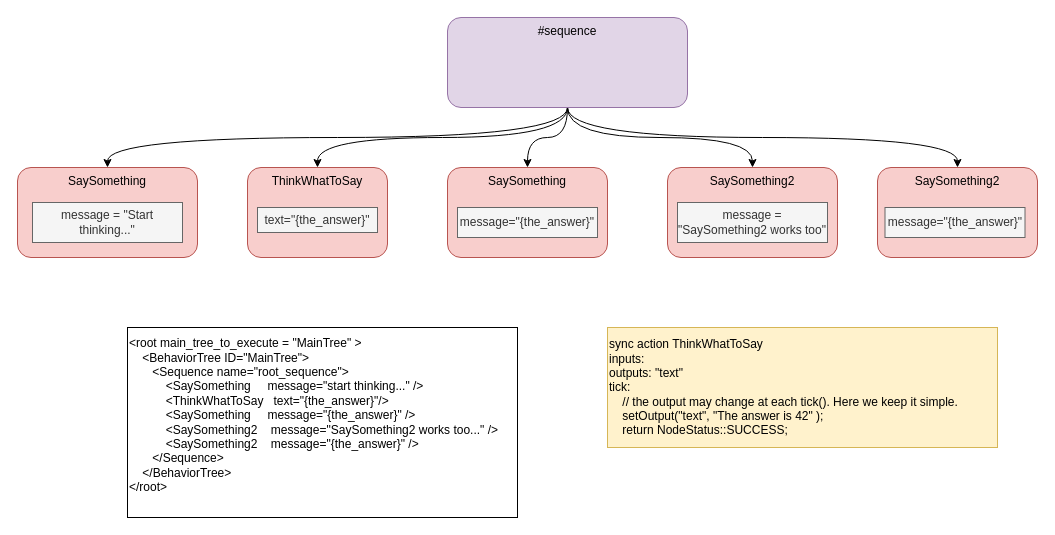
Above: tree.drawio in guitarvydas/behavior_tree_to_cpp (draw.io), before the change. Source tidied: cells renumbered, new cells numbered last; positions are measured from the earlier drawing's top-left corner, leaving out a move shared by most shapes. Both pictures are drawn from the tidied source at 100%, with x=0, y=0 at pixel (17, 17).
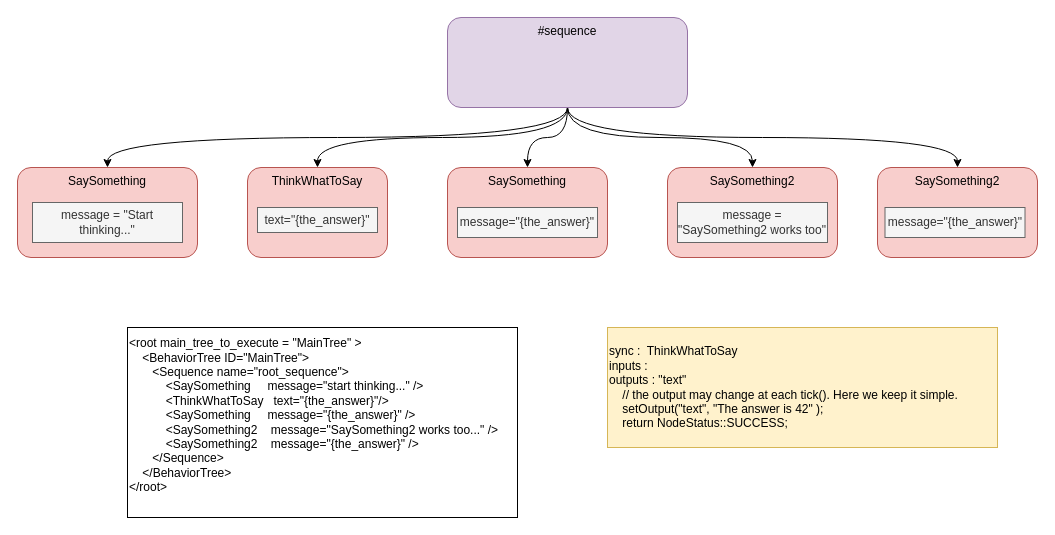
After the change.

What changed in the source:
```diff
@@
 <mxGraphModel>
   <root>
     <mxCell id="0" />
     <mxCell id="1" parent="0" />
     <mxCell id="2" style="edgeStyle=orthogonalEdgeStyle;jettySize=auto;html=1;exitX=0.5;exitY=1;exitDx=0;exitDy=0;verticalAlign=top;curved=1;" parent="1" edge="1" source="7" target="8">
       <mxGeometry relative="1" as="geometry" />
     </mxCell>
     <mxCell id="3" style="edgeStyle=orthogonalEdgeStyle;jettySize=auto;html=1;exitX=0.5;exitY=1;exitDx=0;exitDy=0;curved=1;verticalAlign=top;" parent="1" edge="1" source="7" target="11">
       <mxGeometry relative="1" as="geometry" />
     </mxCell>
     <mxCell id="4" style="edgeStyle=orthogonalEdgeStyle;curved=1;jettySize=auto;html=1;exitX=0.5;exitY=1;exitDx=0;exitDy=0;entryX=0.5;entryY=0;entryDx=0;entryDy=0;verticalAlign=top;" parent="1" edge="1" source="7" target="12">
       <mxGeometry relative="1" as="geometry" />
     </mxCell>
     <mxCell id="5" style="edgeStyle=orthogonalEdgeStyle;curved=1;jettySize=auto;html=1;exitX=0.5;exitY=1;exitDx=0;exitDy=0;entryX=0.5;entryY=0;entryDx=0;entryDy=0;verticalAlign=top;" parent="1" edge="1" source="7" target="9">
       <mxGeometry relative="1" as="geometry" />
     </mxCell>
     <mxCell id="6" style="edgeStyle=orthogonalEdgeStyle;curved=1;jettySize=auto;html=1;exitX=0.5;exitY=1;exitDx=0;exitDy=0;entryX=0.5;entryY=0;entryDx=0;entryDy=0;verticalAlign=top;" parent="1" edge="1" source="7" target="10">
       <mxGeometry relative="1" as="geometry" />
     </mxCell>
     <mxCell id="7" value="#sequence" style="rounded=1;whiteSpace=wrap;html=1;verticalAlign=top;fillColor=#e1d5e7;strokeColor=#9673a6;" parent="1" vertex="1">
       <mxGeometry x="430" width="240" height="90" as="geometry" />
     </mxCell>
     <mxCell id="8" value="SaySomething" style="rounded=1;whiteSpace=wrap;html=1;verticalAlign=top;fillColor=#f8cecc;strokeColor=#b85450;" parent="1" vertex="1">
       <mxGeometry x="430" y="150" width="160" height="90" as="geometry" />
     </mxCell>
     <mxCell id="9" value="SaySomething2" style="rounded=1;whiteSpace=wrap;html=1;verticalAlign=top;fillColor=#f8cecc;strokeColor=#b85450;" parent="1" vertex="1">
       <mxGeometry x="650" y="150" width="170" height="90" as="geometry" />
     </mxCell>
     <mxCell id="10" value="SaySomething2" style="rounded=1;whiteSpace=wrap;html=1;verticalAlign=top;fillColor=#f8cecc;strokeColor=#b85450;" parent="1" vertex="1">
       <mxGeometry x="860" y="150" width="160" height="90" as="geometry" />
     </mxCell>
     <mxCell id="11" value="ThinkWhatToSay" style="rounded=1;whiteSpace=wrap;html=1;verticalAlign=top;fillColor=#f8cecc;strokeColor=#b85450;" parent="1" vertex="1">
       <mxGeometry x="230" y="150" width="140" height="90" as="geometry" />
     </mxCell>
     <mxCell id="12" value="SaySomething" style="rounded=1;whiteSpace=wrap;html=1;verticalAlign=top;fillColor=#f8cecc;strokeColor=#b85450;" parent="1" vertex="1">
       <mxGeometry y="150" width="180" height="90" as="geometry" />
     </mxCell>
     <mxCell id="13" value="message = &quot;SaySomething2 works too&quot;" style="rounded=0;whiteSpace=wrap;html=1;fillColor=#f5f5f5;strokeColor=#666666;fontColor=#333333;" parent="1" vertex="1">
       <mxGeometry x="660" y="185" width="150" height="40" as="geometry" />
     </mxCell>
     <mxCell id="14" value="text=&quot;{the_answer}&quot;" style="rounded=0;whiteSpace=wrap;html=1;fillColor=#f5f5f5;strokeColor=#666666;fontColor=#333333;" parent="1" vertex="1">
       <mxGeometry x="240" y="190" width="120" height="25" as="geometry" />
     </mxCell>
     <mxCell id="15" value="message=&quot;{the_answer}&quot;" style="rounded=0;whiteSpace=wrap;html=1;fillColor=#f5f5f5;strokeColor=#666666;fontColor=#333333;" parent="1" vertex="1">
       <mxGeometry x="440" y="190" width="140" height="30" as="geometry" />
     </mxCell>
     <mxCell id="16" value="message=&quot;{the_answer}&quot;" style="rounded=0;whiteSpace=wrap;html=1;fillColor=#f5f5f5;strokeColor=#666666;fontColor=#333333;" parent="1" vertex="1">
       <mxGeometry x="867.5" y="190" width="140" height="30" as="geometry" />
     </mxCell>
     <mxCell id="17" value="message = &quot;Start thinking...&quot;" style="rounded=0;whiteSpace=wrap;html=1;fillColor=#f5f5f5;strokeColor=#666666;fontColor=#333333;" parent="1" vertex="1">
       <mxGeometry x="15" y="185" width="150" height="40" as="geometry" />
     </mxCell>
     <mxCell id="18" value="&lt;div&gt;&lt;div&gt;&amp;lt;root main_tree_to_execute = &quot;MainTree&quot; &amp;gt;&lt;/div&gt;&lt;div&gt;&amp;nbsp; &amp;nbsp; &amp;lt;BehaviorTree ID=&quot;MainTree&quot;&amp;gt;&lt;/div&gt;&lt;div&gt;&amp;nbsp; &amp;nbsp; &amp;nbsp; &amp;nbsp;&amp;lt;Sequence name=&quot;root_sequence&quot;&amp;gt;&lt;/div&gt;&lt;div&gt;&amp;nbsp; &amp;nbsp; &amp;nbsp; &amp;nbsp; &amp;nbsp; &amp;nbsp;&amp;lt;SaySomething&amp;nbsp; &amp;nbsp; &amp;nbsp;message=&quot;start thinking...&quot; /&amp;gt;&lt;/div&gt;&lt;div&gt;&amp;nbsp; &amp;nbsp; &amp;nbsp; &amp;nbsp; &amp;nbsp; &amp;nbsp;&amp;lt;ThinkWhatToSay&amp;nbsp; &amp;nbsp;text=&quot;{the_answer}&quot;/&amp;gt;&lt;/div&gt;&lt;div&gt;&amp;nbsp; &amp;nbsp; &amp;nbsp; &amp;nbsp; &amp;nbsp; &amp;nbsp;&amp;lt;SaySomething&amp;nbsp; &amp;nbsp; &amp;nbsp;message=&quot;{the_answer}&quot; /&amp;gt;&lt;/div&gt;&lt;div&gt;&amp;nbsp; &amp;nbsp; &amp;nbsp; &amp;nbsp; &amp;nbsp; &amp;nbsp;&amp;lt;SaySomething2&amp;nbsp; &amp;nbsp; message=&quot;SaySomething2 works too...&quot; /&amp;gt;&lt;/div&gt;&lt;div&gt;&amp;nbsp; &amp;nbsp; &amp;nbsp; &amp;nbsp; &amp;nbsp; &amp;nbsp;&amp;lt;SaySomething2&amp;nbsp; &amp;nbsp; message=&quot;{the_answer}&quot; /&amp;gt;&lt;/div&gt;&lt;div&gt;&amp;nbsp; &amp;nbsp; &amp;nbsp; &amp;nbsp;&amp;lt;/Sequence&amp;gt;&lt;/div&gt;&lt;div&gt;&amp;nbsp; &amp;nbsp; &amp;lt;/BehaviorTree&amp;gt;&lt;/div&gt;&lt;div&gt;&amp;lt;/root&amp;gt;&lt;/div&gt;&lt;/div&gt;&lt;div&gt;&lt;br style=&quot;&quot;&gt;&lt;/div&gt;" style="rounded=0;whiteSpace=wrap;html=1;align=left;" parent="1" vertex="1">
       <mxGeometry x="110" y="310" width="390" height="190" as="geometry" />
     </mxCell>
-    <mxCell id="19" value="&lt;span&gt;sync action ThinkWhatToSay&lt;br&gt;inputs:&lt;br&gt;outputs: &quot;text&quot;&lt;br&gt;tick:&lt;br&gt;&lt;/span&gt;&lt;span&gt;&amp;nbsp; &amp;nbsp; // the output may change at each tick(). Here we keep it simple.&lt;/span&gt;&lt;br&gt;&lt;span&gt;&amp;nbsp; &amp;nbsp; setOutput(&quot;text&quot;, &quot;The answer is 42&quot; );&lt;/span&gt;&lt;br&gt;&lt;span&gt;&amp;nbsp; &amp;nbsp; return NodeStatus::SUCCESS;&lt;/span&gt;&lt;br&gt;" style="rounded=0;whiteSpace=wrap;html=1;align=left;fillColor=#fff2cc;strokeColor=#d6b656;" parent="1" vertex="1">
+    <mxCell id="19" value="&lt;span&gt;sync :&amp;nbsp; ThinkWhatToSay&lt;br&gt;inputs :&lt;br&gt;outputs : &quot;text&quot;&lt;br&gt;&lt;/span&gt;&lt;span&gt;&amp;nbsp; &amp;nbsp; // the output may change at each tick(). Here we keep it simple.&lt;/span&gt;&lt;br&gt;&lt;span&gt;&amp;nbsp; &amp;nbsp; setOutput(&quot;text&quot;, &quot;The answer is 42&quot; );&lt;/span&gt;&lt;br&gt;&lt;span&gt;&amp;nbsp; &amp;nbsp; return NodeStatus::SUCCESS;&lt;/span&gt;" style="rounded=0;whiteSpace=wrap;html=1;align=left;fillColor=#fff2cc;strokeColor=#d6b656;" parent="1" vertex="1">
       <mxGeometry x="590" y="310" width="390" height="120" as="geometry" />
     </mxCell>
   </root>
 </mxGraphModel>
```
